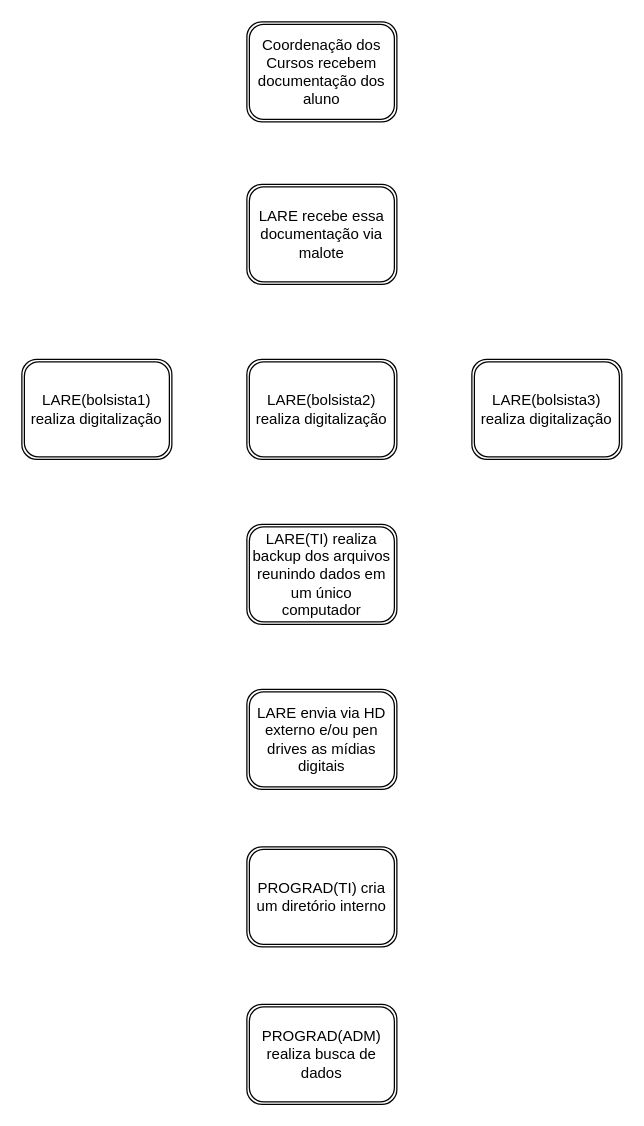
Before: tcc/Fluxograma 1.drawio in mymarol/TCC, a draw.io diagram. Source tidied: cells renumbered, new cells numbered last; positions are measured from the earlier drawing's top-left corner, leaving out a move shared by most shapes. Both pictures are drawn from the tidied source at 125%, with x=0, y=0 at pixel (21, 21).
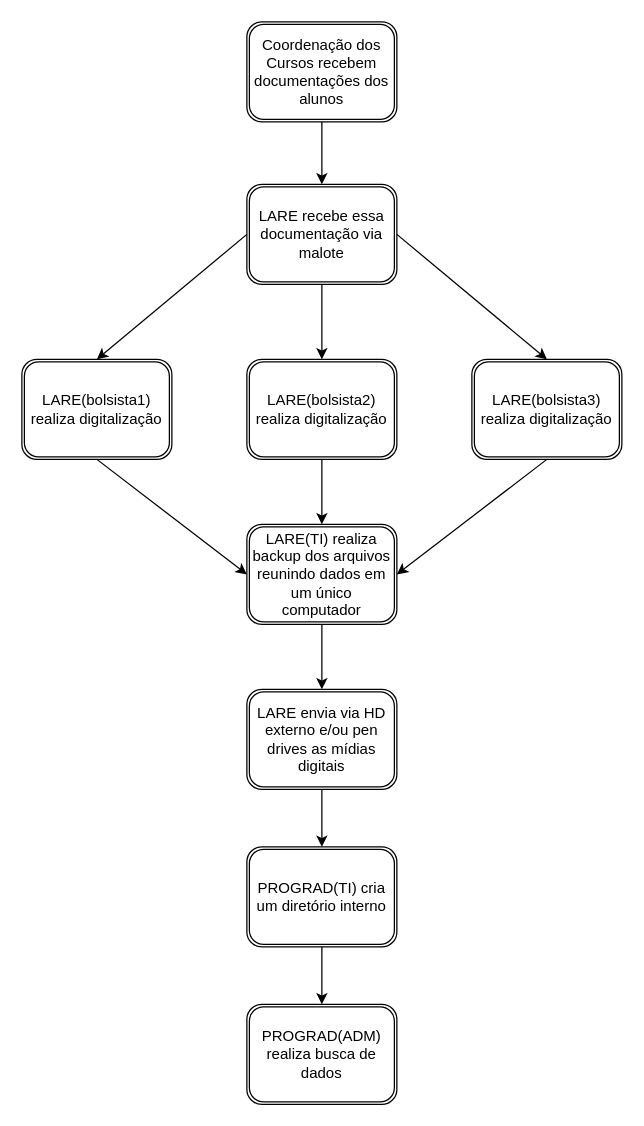
The same page after the edit.

The change refers to these unchanged cells:
```xml
<mxCell id="3" value="LARE recebe essa documentação via malote" style="shape=ext;double=1;rounded=1;whiteSpace=wrap;html=1;" parent="1" vertex="1">
  <mxGeometry x="180" y="130" width="120" height="80" as="geometry" />
</mxCell>
<mxCell id="4" value="&lt;div&gt;LARE(bolsista1)&lt;/div&gt;&lt;div&gt;realiza digitalização&lt;br&gt;&lt;/div&gt;" style="shape=ext;double=1;rounded=1;whiteSpace=wrap;html=1;" parent="1" vertex="1">
  <mxGeometry y="270" width="120" height="80" as="geometry" />
</mxCell>
<mxCell id="5" value="&lt;div&gt;LARE(bolsista2)&lt;/div&gt;&lt;div&gt;realiza digitalização&lt;br&gt;&lt;/div&gt;" style="shape=ext;double=1;rounded=1;whiteSpace=wrap;html=1;" parent="1" vertex="1">
  <mxGeometry x="180" y="270" width="120" height="80" as="geometry" />
</mxCell>
<mxCell id="6" value="&lt;div&gt;LARE(bolsista3)&lt;/div&gt;&lt;div&gt;realiza digitalização&lt;/div&gt;" style="shape=ext;double=1;rounded=1;whiteSpace=wrap;html=1;" parent="1" vertex="1">
  <mxGeometry x="360" y="270" width="120" height="80" as="geometry" />
</mxCell>
<mxCell id="7" value="LARE(TI) realiza backup dos arquivos reunindo dados em um único computador" style="shape=ext;double=1;rounded=1;whiteSpace=wrap;html=1;" parent="1" vertex="1">
  <mxGeometry x="180" y="402" width="120" height="80" as="geometry" />
</mxCell>
<mxCell id="8" value="LARE envia via HD externo e/ou pen drives as mídias digitais" style="shape=ext;double=1;rounded=1;whiteSpace=wrap;html=1;" parent="1" vertex="1">
  <mxGeometry x="180" y="534" width="120" height="80" as="geometry" />
</mxCell>
<mxCell id="9" value="PROGRAD(TI) cria um diretório interno" style="shape=ext;double=1;rounded=1;whiteSpace=wrap;html=1;" parent="1" vertex="1">
  <mxGeometry x="180" y="660" width="120" height="80" as="geometry" />
</mxCell>
<mxCell id="10" value="PROGRAD(ADM) realiza busca de dados" style="shape=ext;double=1;rounded=1;whiteSpace=wrap;html=1;" parent="1" vertex="1">
  <mxGeometry x="180" y="786" width="120" height="80" as="geometry" />
</mxCell>
```

The edit, as a diff of the source:
```diff
@@
-    <mxCell id="2" value="Coordenação dos Cursos recebem documentação dos aluno" style="shape=ext;double=1;rounded=1;whiteSpace=wrap;html=1;" parent="1" vertex="1">
+    <mxCell id="2" value="Coordenação dos Cursos recebem documentações dos alunos" style="shape=ext;double=1;rounded=1;whiteSpace=wrap;html=1;" parent="1" vertex="1">
       <mxGeometry x="180" width="120" height="80" as="geometry" />
     </mxCell>
@@
+    <mxCell id="11" style="endArrow=classic;html=1;exitX=0.5;exitY=1;exitDx=0;exitDy=0;entryX=0.5;entryY=0;entryDx=0;entryDy=0;" parent="1" edge="1" source="9" target="10">
+      <mxGeometry relative="1" as="geometry" />
+    </mxCell>
+    <mxCell id="12" style="endArrow=classic;html=1;exitX=0.5;exitY=1;exitDx=0;exitDy=0;" parent="1" edge="1" source="8" target="9">
+      <mxGeometry relative="1" as="geometry" />
+    </mxCell>
+    <mxCell id="13" style="endArrow=classic;html=1;exitX=0.5;exitY=1;exitDx=0;exitDy=0;" parent="1" edge="1" source="7" target="8">
+      <mxGeometry relative="1" as="geometry" />
+    </mxCell>
+    <mxCell id="14" style="endArrow=classic;html=1;exitX=0.5;exitY=1;exitDx=0;exitDy=0;" parent="1" edge="1" source="5" target="7">
+      <mxGeometry relative="1" as="geometry" />
+    </mxCell>
+    <mxCell id="15" style="endArrow=classic;html=1;exitX=0.5;exitY=1;exitDx=0;exitDy=0;entryX=0;entryY=0.5;entryDx=0;entryDy=0;" parent="1" edge="1" source="4" target="7">
+      <mxGeometry relative="1" as="geometry" />
+    </mxCell>
+    <mxCell id="16" style="endArrow=classic;html=1;exitX=0.5;exitY=1;exitDx=0;exitDy=0;entryX=1;entryY=0.5;entryDx=0;entryDy=0;" parent="1" edge="1" source="6" target="7">
+      <mxGeometry relative="1" as="geometry" />
+    </mxCell>
+    <mxCell id="17" style="endArrow=classic;html=1;exitX=0;exitY=0.5;exitDx=0;exitDy=0;entryX=0.5;entryY=0;entryDx=0;entryDy=0;" parent="1" edge="1" source="3" target="4">
+      <mxGeometry relative="1" as="geometry" />
+    </mxCell>
+    <mxCell id="18" style="endArrow=classic;html=1;exitX=1;exitY=0.5;exitDx=0;exitDy=0;entryX=0.5;entryY=0;entryDx=0;entryDy=0;" parent="1" edge="1" source="3" target="6">
+      <mxGeometry relative="1" as="geometry" />
+    </mxCell>
+    <mxCell id="19" style="endArrow=classic;html=1;exitX=0.5;exitY=1;exitDx=0;exitDy=0;" parent="1" edge="1" source="3" target="5">
+      <mxGeometry relative="1" as="geometry" />
+    </mxCell>
+    <mxCell id="20" style="endArrow=classic;html=1;exitX=0.5;exitY=1;exitDx=0;exitDy=0;entryX=0.5;entryY=0;entryDx=0;entryDy=0;" parent="1" edge="1" source="2" target="3">
+      <mxGeometry relative="1" as="geometry" />
+    </mxCell>
```
